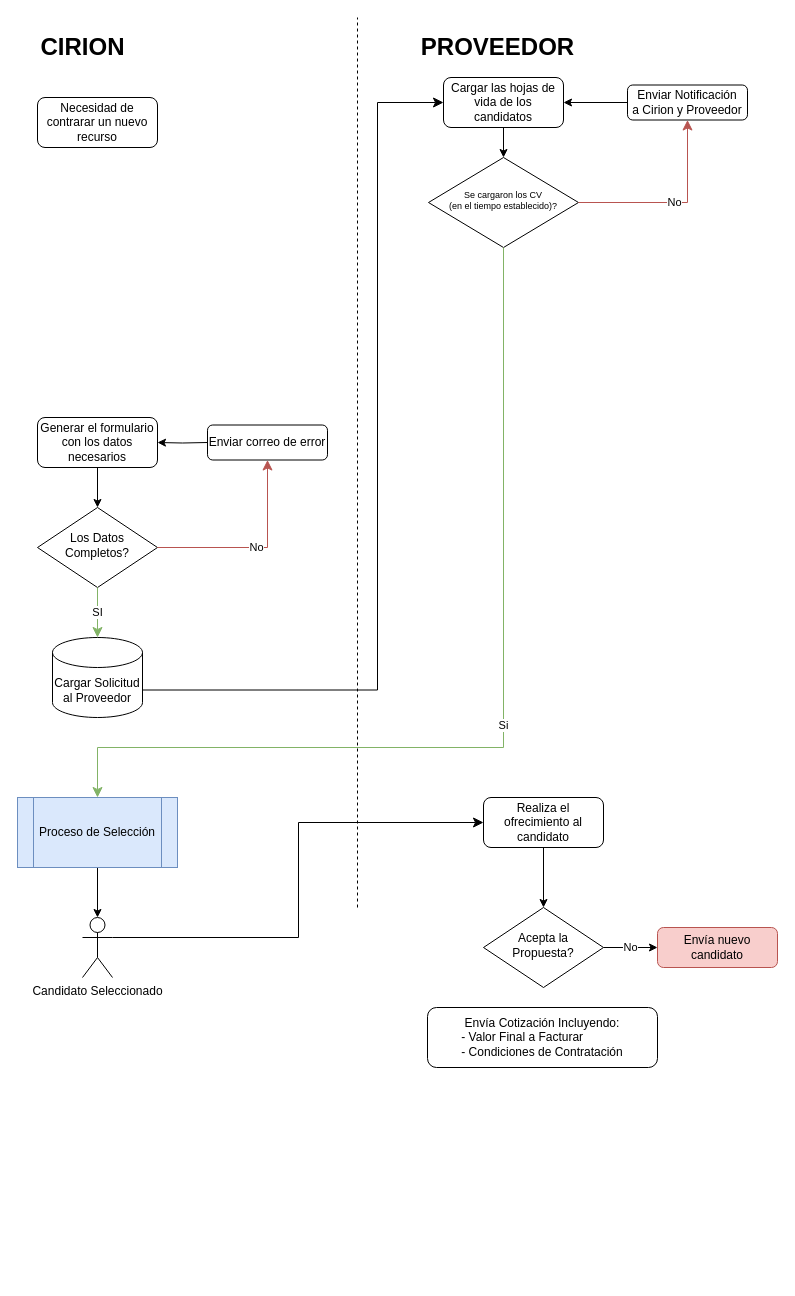
This is ProcesoContrataciones3ros.drawio from alexi86f/FlowChart, a draw.io file, before an edit. Source tidied: cells renumbered, new cells numbered last; positions are measured from the earlier drawing's top-left corner, leaving out a move shared by most shapes. Both pictures are drawn from the tidied source at 100%, with x=0, y=0 at pixel (17, 17).
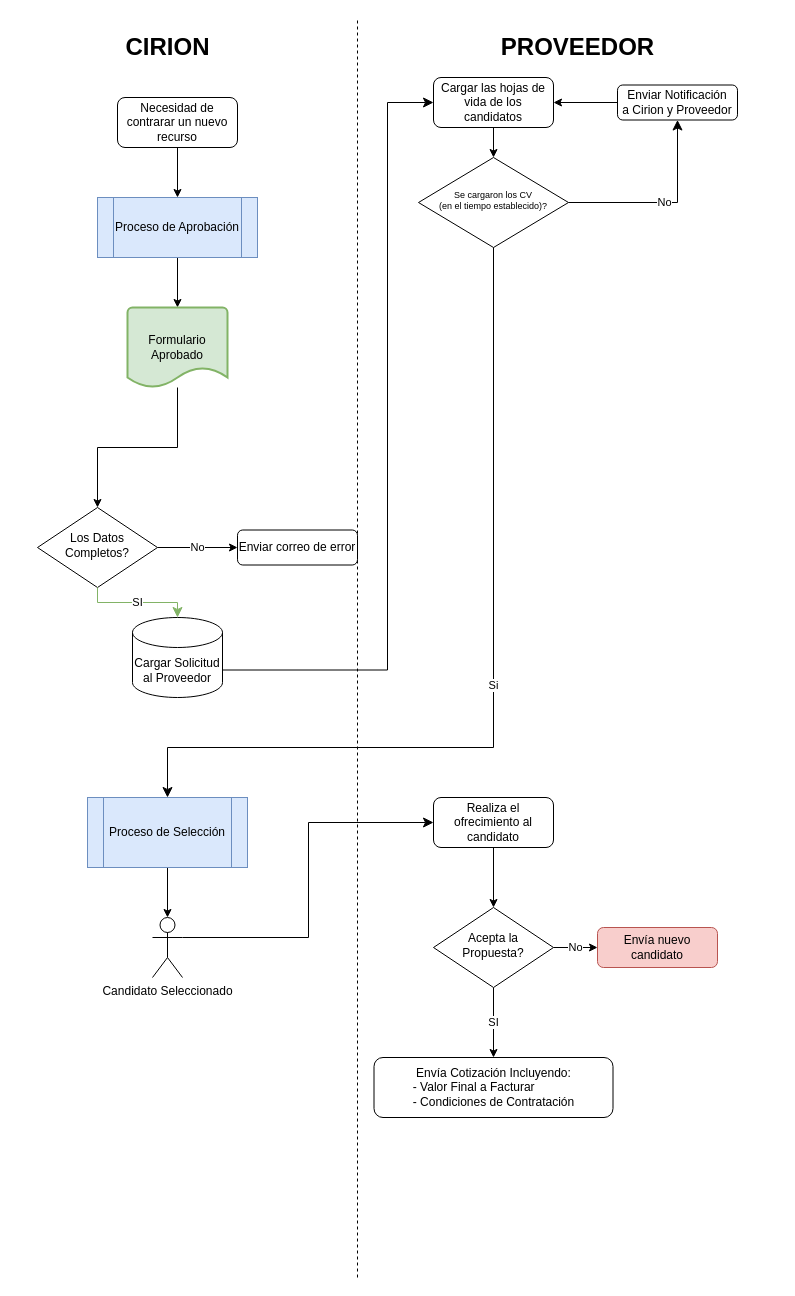
The same diagram, later.

The change refers to these unchanged cells:
```xml
<mxCell id="3" value="Los Datos Completos?" style="rhombus;whiteSpace=wrap;html=1;shadow=0;fontFamily=Helvetica;fontSize=12;align=center;strokeWidth=1;spacing=6;spacingTop=-4;" parent="1" vertex="1">
  <mxGeometry x="20" y="490" width="120" height="80" as="geometry" />
</mxCell>
```

The edit, as a diff of the source:
```diff
@@
+    <mxCell id="32" style="edgeStyle=orthogonalEdgeStyle;rounded=0;jettySize=auto;html=1;exitX=0.5;exitY=1;exitDx=0;exitDy=0;entryX=0.5;entryY=0;entryDx=0;entryDy=0;" parent="1" edge="1" source="2" target="35">
+      <mxGeometry relative="1" as="geometry" />
+    </mxCell>
     <mxCell id="2" value="Necesidad de contrarar un nuevo recurso" style="rounded=1;whiteSpace=wrap;html=1;fontSize=12;glass=0;strokeWidth=1;shadow=0;" parent="1" vertex="1">
-      <mxGeometry x="20" y="80" width="120" height="50" as="geometry" />
+      <mxGeometry x="100" y="80" width="120" height="50" as="geometry" />
     </mxCell>
+    <mxCell id="29" value="No" style="edgeStyle=orthogonalEdgeStyle;rounded=0;jettySize=auto;html=1;" parent="1" edge="1" source="3" target="7">
+      <mxGeometry relative="1" as="geometry" />
+    </mxCell>
@@
-    <mxCell id="4" style="edgeStyle=orthogonalEdgeStyle;rounded=0;jettySize=auto;html=1;exitX=0.5;exitY=1;exitDx=0;exitDy=0;entryX=0.5;entryY=0;entryDx=0;entryDy=0;" parent="1" edge="1" source="5" target="3">
-      <mxGeometry relative="1" as="geometry" />
-    </mxCell>
-    <mxCell id="5" value="Generar el formulario con los datos necesarios" style="rounded=1;whiteSpace=wrap;html=1;fontSize=12;glass=0;strokeWidth=1;shadow=0;" parent="1" vertex="1">
-      <mxGeometry x="20" y="400" width="120" height="50" as="geometry" />
-    </mxCell>
-    <mxCell id="6" style="edgeStyle=orthogonalEdgeStyle;rounded=0;jettySize=auto;html=1;exitX=0;exitY=0.5;exitDx=0;exitDy=0;entryX=1;entryY=0.5;entryDx=0;entryDy=0;" parent="1" edge="1" target="5">
-      <mxGeometry relative="1" as="geometry">
-        <mxPoint x="190" y="425" as="sourcePoint" />
-      </mxGeometry>
-    </mxCell>
     <mxCell id="7" value="Enviar correo de error" style="rounded=1;whiteSpace=wrap;html=1;" parent="1" vertex="1">
-      <mxGeometry x="190" y="407.5" width="120" height="35" as="geometry" />
+      <mxGeometry x="220" y="512.5" width="120" height="35" as="geometry" />
     </mxCell>
     <mxCell id="8" value="Cargar Solicitud al Proveedor" style="shape=cylinder3;whiteSpace=wrap;html=1;boundedLbl=1;backgroundOutline=1;size=15;" parent="1" vertex="1">
-      <mxGeometry x="35" y="620" width="90" height="80" as="geometry" />
+      <mxGeometry x="115" y="600" width="90" height="80" as="geometry" />
     </mxCell>
@@
     <mxCell id="10" value="&lt;b&gt;&lt;font style=&quot;font-size: 24px;&quot;&gt;CIRION&lt;/font&gt;&lt;/b&gt;" style="text;html=1;align=center;verticalAlign=middle;strokeColor=none;fillColor=none;" parent="1" vertex="1">
-      <mxGeometry x="10" y="10" width="110" height="40" as="geometry" />
+      <mxGeometry x="95" y="10" width="110" height="40" as="geometry" />
     </mxCell>
     <mxCell id="11" value="&lt;b&gt;&lt;font style=&quot;font-size: 24px;&quot;&gt;PROVEEDOR&lt;/font&gt;&lt;/b&gt;" style="text;html=1;align=center;verticalAlign=middle;strokeColor=none;fillColor=none;" parent="1" vertex="1">
-      <mxGeometry x="390" y="10" width="180" height="40" as="geometry" />
+      <mxGeometry x="470" y="10" width="180" height="40" as="geometry" />
     </mxCell>
     <mxCell id="12" style="edgeStyle=elbowEdgeStyle;elbow=horizontal;endArrow=classic;html=1;curved=0;rounded=0;endSize=8;startSize=8;fontSize=24;exitX=1;exitY=0;exitDx=0;exitDy=52.5;exitPerimeter=0;entryX=0;entryY=0.5;entryDx=0;entryDy=0;" parent="1" edge="1" source="8" target="13">
       <mxGeometry relative="1" as="geometry">
         <Array as="points">
-          <mxPoint x="360" y="260" />
+          <mxPoint x="370" y="380" />
         </Array>
       </mxGeometry>
     </mxCell>
     <mxCell id="13" value="Cargar las hojas de vida de los candidatos" style="rounded=1;whiteSpace=wrap;html=1;fontSize=12;glass=0;strokeWidth=1;shadow=0;" parent="1" vertex="1">
-      <mxGeometry x="426" y="60" width="120" height="50" as="geometry" />
+      <mxGeometry x="416" y="60" width="120" height="50" as="geometry" />
     </mxCell>
     <mxCell id="14" value="Se cargaron los CV &lt;br&gt;(en el tiempo establecido)?" style="rhombus;whiteSpace=wrap;html=1;shadow=0;fontFamily=Helvetica;fontSize=9;align=center;strokeWidth=1;spacing=6;spacingTop=-4;" parent="1" vertex="1">
-      <mxGeometry x="411" y="140" width="150" height="90" as="geometry" />
+      <mxGeometry x="401" y="140" width="150" height="90" as="geometry" />
     </mxCell>
@@
     <mxCell id="16" value="Enviar Notificación&lt;br&gt;a Cirion y Proveedor" style="rounded=1;whiteSpace=wrap;html=1;" parent="1" vertex="1">
-      <mxGeometry x="610" y="67.5" width="120" height="35" as="geometry" />
+      <mxGeometry x="600" y="67.5" width="120" height="35" as="geometry" />
     </mxCell>
@@
     <mxCell id="19" value="Proceso de Selección" style="shape=process;whiteSpace=wrap;html=1;backgroundOutline=1;fontSize=12;fillColor=#dae8fc;strokeColor=#6c8ebf;" parent="1" vertex="1">
-      <mxGeometry y="780" width="160" height="70" as="geometry" />
+      <mxGeometry x="70" y="780" width="160" height="70" as="geometry" />
     </mxCell>
     <mxCell id="20" style="endArrow=none;dashed=1;html=1;rounded=0;fontSize=12;" parent="1" edge="1">
       <mxGeometry relative="1" as="geometry">
-        <mxPoint x="340" y="890" as="sourcePoint" />
+        <mxPoint x="340" y="1260" as="sourcePoint" />
         <mxPoint x="340" as="targetPoint" />
       </mxGeometry>
     </mxCell>
-    <mxCell id="21" value="Si" style="edgeStyle=elbowEdgeStyle;elbow=vertical;endArrow=classic;html=1;curved=0;rounded=0;endSize=8;startSize=8;exitX=0.5;exitY=1;exitDx=0;exitDy=0;entryX=0.5;entryY=0;entryDx=0;entryDy=0;fillColor=#d5e8d4;strokeColor=#82b366;" parent="1" edge="1" source="14" target="19">
+    <mxCell id="21" value="Si" style="edgeStyle=elbowEdgeStyle;elbow=vertical;endArrow=classic;html=1;curved=0;rounded=0;endSize=8;startSize=8;exitX=0.5;exitY=1;exitDx=0;exitDy=0;entryX=0.5;entryY=0;entryDx=0;entryDy=0;" parent="1" edge="1" source="14" target="19">
       <mxGeometry relative="1" as="geometry">
         <Array as="points">
           <mxPoint x="280" y="730" />
         </Array>
       </mxGeometry>
     </mxCell>
     <mxCell id="22" value="Candidato Seleccionado" style="shape=umlActor;verticalLabelPosition=bottom;verticalAlign=top;html=1;outlineConnect=0;" parent="1" vertex="1">
-      <mxGeometry x="65" y="900" width="30" height="60" as="geometry" />
+      <mxGeometry x="135" y="900" width="30" height="60" as="geometry" />
     </mxCell>
@@
     <mxCell id="24" value="Realiza el ofrecimiento al candidato" style="rounded=1;whiteSpace=wrap;html=1;fontSize=12;glass=0;strokeWidth=1;shadow=0;" parent="1" vertex="1">
-      <mxGeometry x="466" y="780" width="120" height="50" as="geometry" />
+      <mxGeometry x="416" y="780" width="120" height="50" as="geometry" />
     </mxCell>
@@
+    <mxCell id="33" value="SI" style="edgeStyle=orthogonalEdgeStyle;rounded=0;jettySize=auto;html=1;entryX=0.5;entryY=0;entryDx=0;entryDy=0;" parent="1" edge="1" source="27" target="31">
+      <mxGeometry relative="1" as="geometry" />
+    </mxCell>
     <mxCell id="27" value="Acepta la Propuesta?" style="rhombus;whiteSpace=wrap;html=1;shadow=0;fontFamily=Helvetica;fontSize=12;align=center;strokeWidth=1;spacing=6;spacingTop=-4;" parent="1" vertex="1">
-      <mxGeometry x="466" y="890" width="120" height="80" as="geometry" />
+      <mxGeometry x="416" y="890" width="120" height="80" as="geometry" />
     </mxCell>
     <mxCell id="28" value="Envía nuevo candidato" style="rounded=1;whiteSpace=wrap;html=1;fillColor=#f8cecc;strokeColor=#b85450;" parent="1" vertex="1">
-      <mxGeometry x="640" y="910" width="120" height="40" as="geometry" />
+      <mxGeometry x="580" y="910" width="120" height="40" as="geometry" />
     </mxCell>
-    <mxCell id="29" value="No" style="edgeStyle=segmentEdgeStyle;endArrow=classic;html=1;curved=0;rounded=0;endSize=8;startSize=8;entryX=0.5;entryY=1;entryDx=0;entryDy=0;fillColor=#f8cecc;strokeColor=#b85450;" parent="1" edge="1">
-      <mxGeometry relative="1" as="geometry">
-        <mxPoint x="140" y="530" as="sourcePoint" />
-        <mxPoint x="250" y="442.5" as="targetPoint" />
-      </mxGeometry>
-    </mxCell>
-    <mxCell id="30" value="No" style="edgeStyle=segmentEdgeStyle;endArrow=classic;html=1;curved=0;rounded=0;endSize=8;startSize=8;entryX=0.5;entryY=1;entryDx=0;entryDy=0;exitX=1;exitY=0.5;exitDx=0;exitDy=0;fillColor=#f8cecc;strokeColor=#b85450;" parent="1" edge="1" source="14" target="16">
+    <mxCell id="30" value="No" style="edgeStyle=segmentEdgeStyle;endArrow=classic;html=1;curved=0;rounded=0;endSize=8;startSize=8;entryX=0.5;entryY=1;entryDx=0;entryDy=0;exitX=1;exitY=0.5;exitDx=0;exitDy=0;" parent="1" edge="1" source="14" target="16">
       <mxGeometry relative="1" as="geometry" />
     </mxCell>
     <mxCell id="31" value="Envía Cotización Incluyendo:&lt;br&gt;&lt;div style=&quot;text-align: left;&quot;&gt;&lt;span style=&quot;background-color: initial;&quot;&gt;- Valor Final a Facturar&lt;/span&gt;&lt;/div&gt;&lt;div style=&quot;text-align: left;&quot;&gt;&lt;span style=&quot;background-color: initial;&quot;&gt;- Condiciones de Contratación&lt;/span&gt;&lt;/div&gt;" style="rounded=1;whiteSpace=wrap;html=1;" parent="1" vertex="1">
-      <mxGeometry x="410" y="990" width="230" height="60" as="geometry" />
+      <mxGeometry x="356.5" y="1040" width="239" height="60" as="geometry" />
     </mxCell>
+    <mxCell id="34" style="edgeStyle=orthogonalEdgeStyle;rounded=0;jettySize=auto;html=1;entryX=0.5;entryY=0;entryDx=0;entryDy=0;entryPerimeter=0;" parent="1" edge="1" source="35" target="37">
+      <mxGeometry relative="1" as="geometry" />
+    </mxCell>
+    <mxCell id="35" value="Proceso de Aprobación" style="shape=process;whiteSpace=wrap;html=1;backgroundOutline=1;fontSize=12;fillColor=#dae8fc;strokeColor=#6c8ebf;" parent="1" vertex="1">
+      <mxGeometry x="80" y="180" width="160" height="60" as="geometry" />
+    </mxCell>
+    <mxCell id="36" style="edgeStyle=orthogonalEdgeStyle;rounded=0;jettySize=auto;html=1;" parent="1" edge="1" source="37" target="3">
+      <mxGeometry relative="1" as="geometry" />
+    </mxCell>
+    <mxCell id="37" value="Formulario&lt;br&gt;Aprobado" style="strokeWidth=2;html=1;shape=mxgraph.flowchart.document2;whiteSpace=wrap;size=0.25;fillColor=#d5e8d4;strokeColor=#82b366;" parent="1" vertex="1">
+      <mxGeometry x="110" y="290" width="100" height="80" as="geometry" />
+    </mxCell>
```
